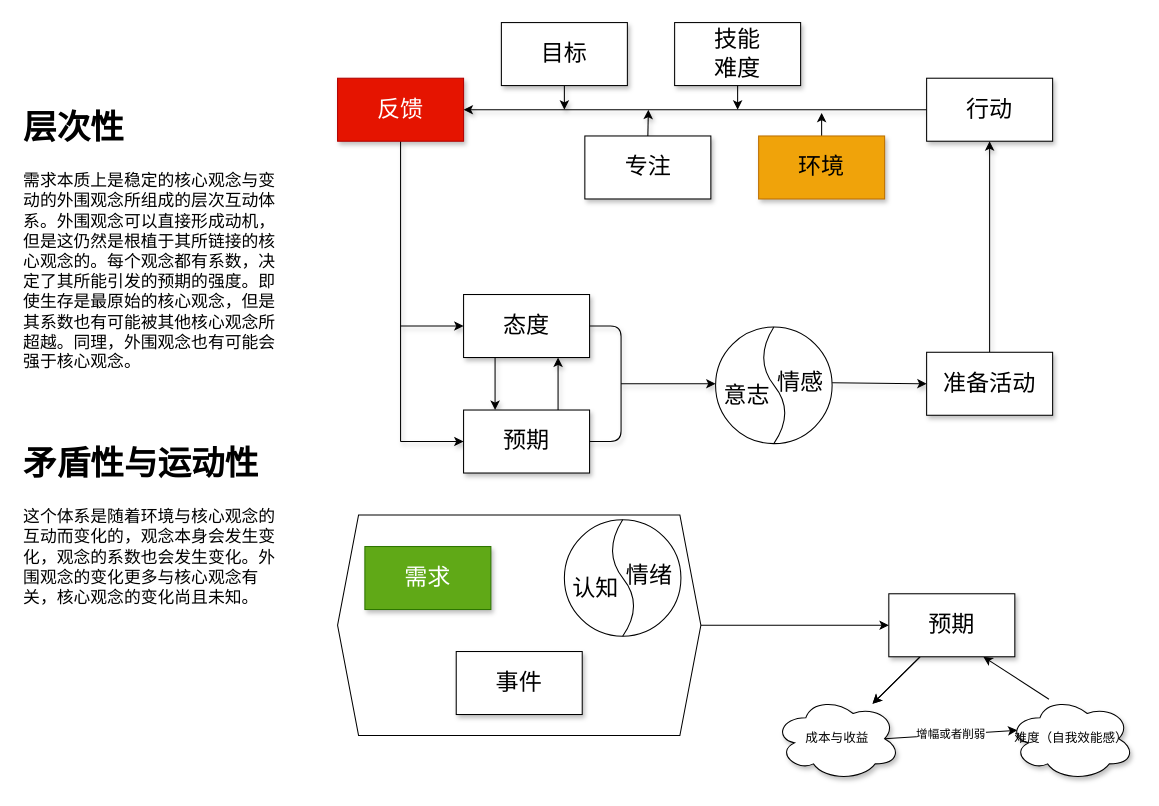
This is page "预期-行动-反馈模型" (1 of 2) of 动机微观模型.drawio from quentin-qiao/miscellaneous-thoughts, a draw.io file, before an edit. Source tidied: cells renumbered, new cells numbered last; positions are measured from the earlier drawing's top-left corner, leaving out a move shared by most shapes. Both pictures are drawn from the tidied source at 105%, with x=0, y=0 at pixel (18, 22).
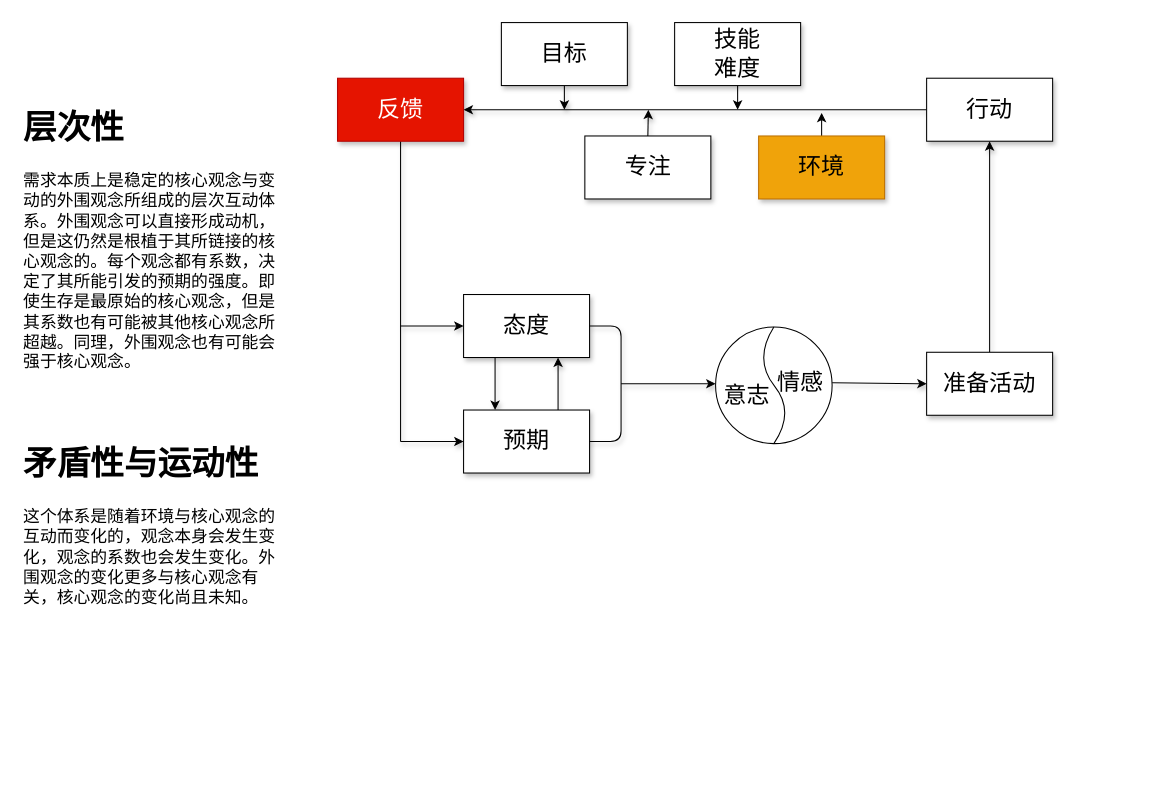
The same page after the edit.

Commit message:
动机微观模型.drawio

What changed in the source:
```diff
@@
-    <mxCell id="31" style="rounded=0;jettySize=auto;html=1;" parent="1" edge="1" source="34" target="49">
-      <mxGeometry relative="1" as="geometry" />
-    </mxCell>
-    <mxCell id="32" style="edgeStyle=none;rounded=0;jettySize=auto;html=1;" parent="1" edge="1" source="34" target="49">
-      <mxGeometry relative="1" as="geometry" />
-    </mxCell>
-    <mxCell id="33" style="edgeStyle=none;rounded=0;jettySize=auto;html=1;exitX=0.75;exitY=1;exitDx=0;exitDy=0;entryX=0.321;entryY=0.031;entryDx=0;entryDy=0;entryPerimeter=0;startArrow=classic;startFill=1;endArrow=none;endFill=0;" parent="1" edge="1" source="34" target="50">
-      <mxGeometry relative="1" as="geometry" />
-    </mxCell>
-    <mxCell id="34" value="&lt;font style=&quot;font-size: 22px&quot;&gt;预期&lt;/font&gt;" style="whiteSpace=wrap;html=1;snapToPoint=0;fixDash=0;shadow=1;" parent="1" vertex="1">
-      <mxGeometry x="829" y="544" width="120" height="60" as="geometry" />
-    </mxCell>
-    <mxCell id="35" style="group;opacity=0;fillColor=none;" parent="1" vertex="1">
-      <mxGeometry x="304" y="469" width="346" height="210" as="geometry" />
-    </mxCell>
-    <mxCell id="36" style="shape=hexagon;perimeter=hexagonPerimeter2;whiteSpace=wrap;html=1;fixedSize=1;" parent="35" vertex="1">
-      <mxGeometry width="346" height="210" as="geometry" />
-    </mxCell>
-    <mxCell id="37" value="&lt;font style=&quot;font-size: 22px&quot;&gt;需求&lt;/font&gt;" style="whiteSpace=wrap;html=1;fixDash=0;shadow=1;fillColor=#60a917;fontColor=#ffffff;strokeColor=#2D7600;" parent="35" vertex="1">
-      <mxGeometry x="26" y="30" width="120" height="60" as="geometry" />
-    </mxCell>
-    <mxCell id="38" value="&lt;font style=&quot;font-size: 22px&quot;&gt;事件&lt;br&gt;&lt;/font&gt;" style="whiteSpace=wrap;html=1;fixDash=0;shadow=1;" parent="35" vertex="1">
-      <mxGeometry x="113" y="130" width="120" height="60" as="geometry" />
-    </mxCell>
-    <mxCell id="39" style="group;" parent="35" vertex="1">
-      <mxGeometry x="216" y="4.5" width="111" height="111" as="geometry" />
-    </mxCell>
-    <mxCell id="40" style="ellipse;whiteSpace=wrap;html=1;fontSize=22;" parent="39" vertex="1">
-      <mxGeometry width="111" height="111" as="geometry" />
-    </mxCell>
-    <mxCell id="41" style="group;" parent="39" vertex="1">
-      <mxGeometry y="31" width="111" height="50" as="geometry" />
-    </mxCell>
-    <mxCell id="42" value="认知" style="text;html=1;strokeColor=none;fillColor=none;align=center;verticalAlign=middle;whiteSpace=wrap;rounded=0;fontSize=22;" parent="41" vertex="1">
-      <mxGeometry y="20" width="60" height="30" as="geometry" />
-    </mxCell>
-    <mxCell id="43" value="情绪" style="text;html=1;strokeColor=none;fillColor=none;align=center;verticalAlign=middle;whiteSpace=wrap;rounded=0;fontSize=22;" parent="41" vertex="1">
-      <mxGeometry x="51" y="7" width="60" height="30" as="geometry" />
-    </mxCell>
-    <mxCell id="44" style="curved=1;endArrow=none;html=1;rounded=0;fontSize=22;entryX=0.5;entryY=0;entryDx=0;entryDy=0;exitX=0.5;exitY=1;exitDx=0;exitDy=0;endFill=0;" parent="39" edge="1" source="40" target="40">
-      <mxGeometry relative="1" as="geometry">
-        <Array as="points">
-          <mxPoint x="76" y="81" />
-          <mxPoint x="36" y="31" />
-        </Array>
-      </mxGeometry>
-    </mxCell>
-    <mxCell id="45" style="edgeStyle=orthogonalEdgeStyle;rounded=0;jettySize=auto;html=1;exitX=1;exitY=0.5;exitDx=0;exitDy=0;entryX=0;entryY=0.5;entryDx=0;entryDy=0;" parent="1" edge="1" source="36" target="34">
-      <mxGeometry relative="1" as="geometry" />
-    </mxCell>
@@
-    <mxCell id="48" value="增幅或者削弱" style="edgeStyle=none;rounded=0;jettySize=auto;html=1;exitX=0.875;exitY=0.5;exitDx=0;exitDy=0;exitPerimeter=0;entryX=0.07;entryY=0.4;entryDx=0;entryDy=0;entryPerimeter=0;" parent="1" edge="1" source="49" target="50">
-      <mxGeometry relative="1" as="geometry" />
-    </mxCell>
-    <mxCell id="49" value="成本与收益" style="ellipse;shape=cloud;whiteSpace=wrap;html=1;shadow=1;" parent="1" vertex="1">
-      <mxGeometry x="720" y="642" width="120" height="80" as="geometry" />
-    </mxCell>
-    <mxCell id="50" value="难度（自我效能感）" style="ellipse;shape=cloud;whiteSpace=wrap;html=1;shadow=1;" parent="1" vertex="1">
-      <mxGeometry x="943" y="642" width="120" height="80" as="geometry" />
-    </mxCell>
```
